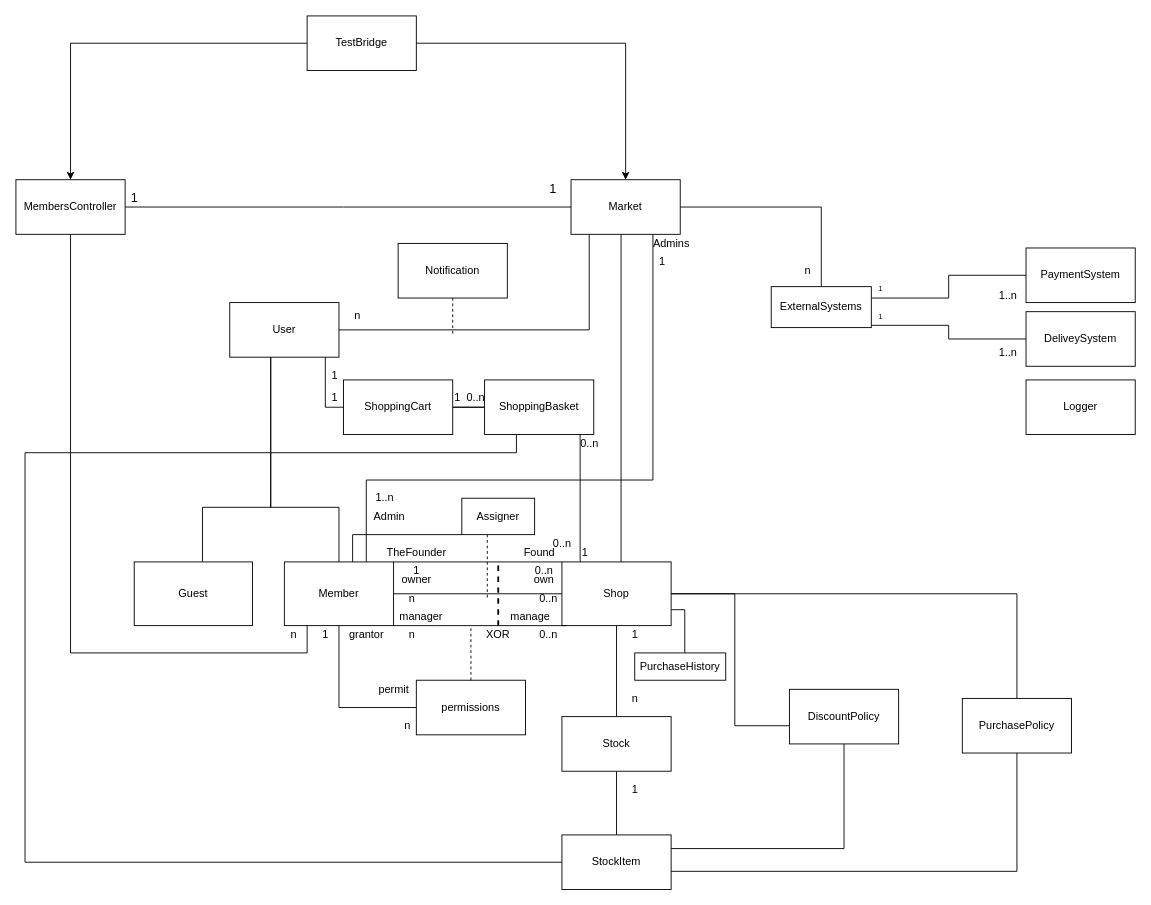
This is Docs/V0.2_WhiteDiagram.drawio from mikecprogram/workshop-special-potato-shuk, a draw.io file, before an edit. Source tidied: cells renumbered, new cells numbered last; positions are measured from the earlier drawing's top-left corner, leaving out a move shared by most shapes. Both pictures are drawn from the tidied source at 91%, with x=0, y=0 at pixel (15, 15).
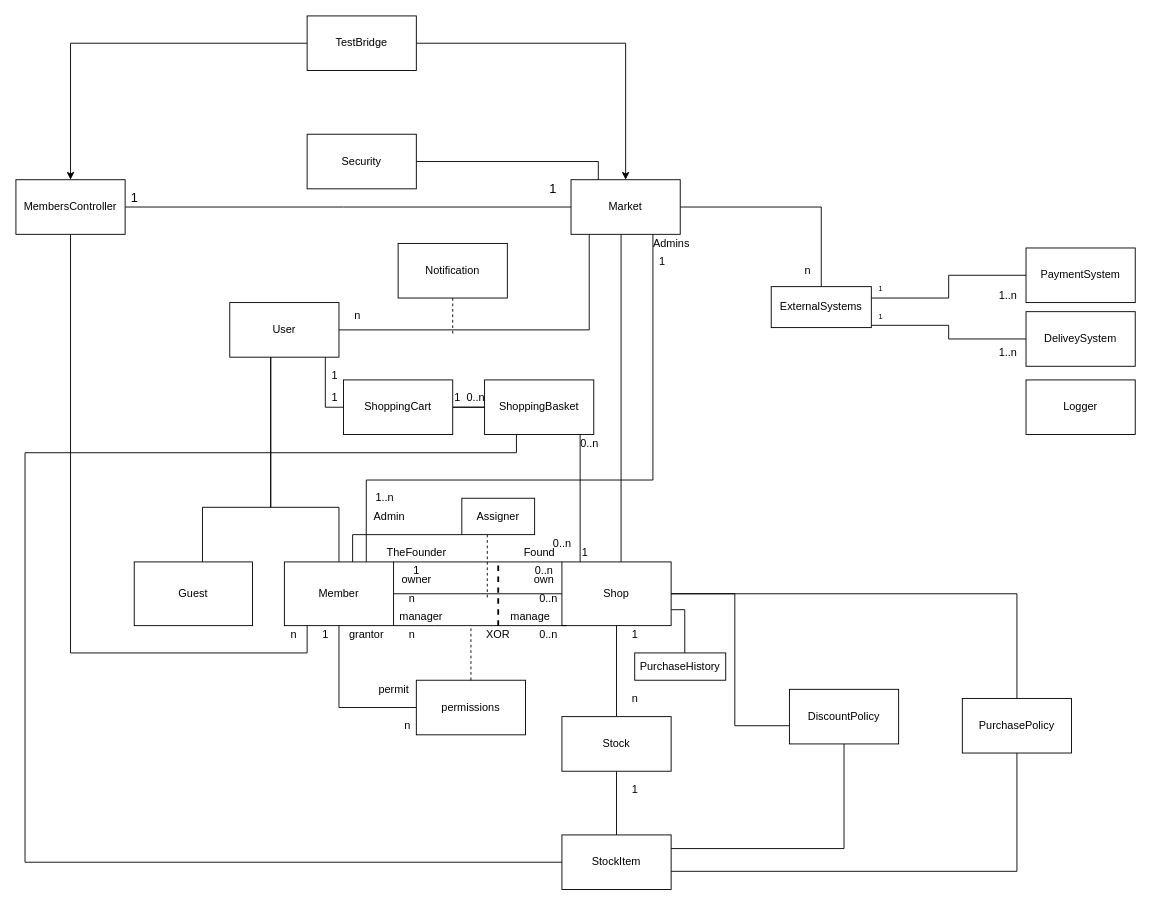
After the change.

Unchanged cells that the change refers to:
```xml
<mxCell id="3" value="Market" style="rounded=0;whiteSpace=wrap;html=1;" parent="1" vertex="1">
  <mxGeometry x="610" y="180" width="120" height="60" as="geometry" />
</mxCell>
```

The edit, as a diff of the source:
```diff
@@
+    <mxCell id="95" style="edgeStyle=orthogonalEdgeStyle;rounded=0;jettySize=auto;html=1;entryX=0.25;entryY=0;entryDx=0;entryDy=0;endArrow=none;endFill=0;" parent="1" edge="1" source="96" target="3">
+      <mxGeometry relative="1" as="geometry" />
+    </mxCell>
+    <mxCell id="96" value="Security" style="rounded=0;whiteSpace=wrap;html=1;" parent="1" vertex="1">
+      <mxGeometry x="320" y="130" width="120" height="60" as="geometry" />
+    </mxCell>
```
